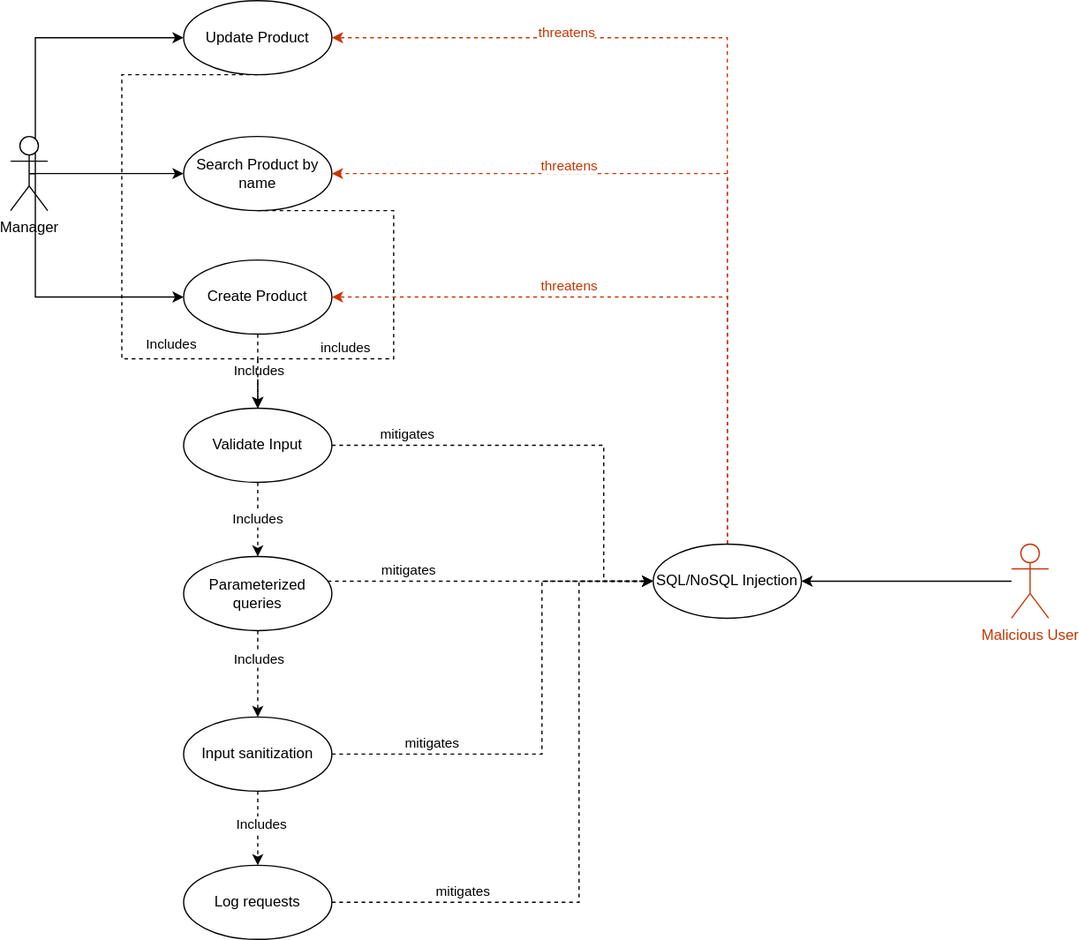
This is docs/abuse-cases/joao1220663/images/Code_Injection_Product.drawio.svg from mei-desofs/desofs2026-thu_crr_1, a draw.io export, as it was before one commit. Source tidied: cells renumbered, new cells last; positions are measured from the earlier drawing's top-left corner, leaving out a move shared by most shapes.
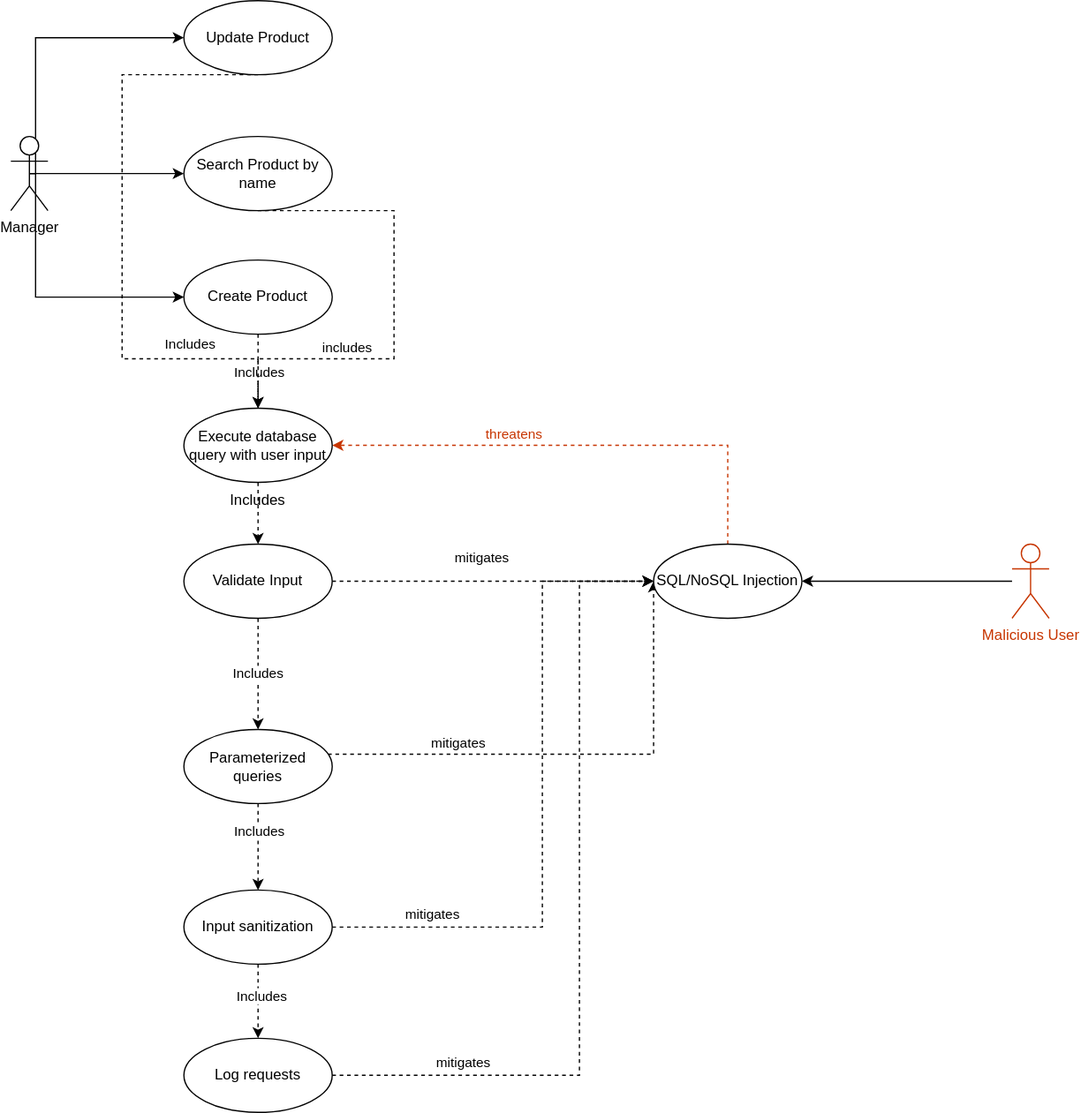
The same file after the commit.

Commit message:
docs: fix in abuse case diagram

Diff of the diagram source:
```diff
@@ -55,13 +55,13 @@
     <mxCell id="12" style="edgeStyle=orthogonalEdgeStyle;rounded=0;jettySize=auto;html=1;exitX=1;exitY=0.5;exitDx=0;exitDy=0;entryX=0;entryY=0.5;entryDx=0;entryDy=0;dashed=1;" parent="1" edge="1" source="13" target="33">
       <mxGeometry relative="1" as="geometry">
         <Array as="points">
-          <mxPoint x="480" y="360" />
-          <mxPoint x="480" y="470" />
+          <mxPoint x="370" y="470" />
+          <mxPoint x="370" y="470" />
         </Array>
       </mxGeometry>
     </mxCell>
     <mxCell id="13" value="Validate Input" style="ellipse;whiteSpace=wrap;html=1;fillColor=light-dark(#FFFFFF,#3399FF);strokeColor=light-dark(#000000,#000000);fontColor=light-dark(#000000,#000000);" parent="1" vertex="1">
-      <mxGeometry x="140" y="330" width="120" height="60" as="geometry" />
+      <mxGeometry x="140" y="440" width="120" height="60" as="geometry" />
     </mxCell>
     <mxCell id="14" style="edgeStyle=orthogonalEdgeStyle;rounded=0;jettySize=auto;html=1;entryX=0.5;entryY=0;entryDx=0;entryDy=0;dashed=1;" parent="1" edge="1" source="18" target="23">
       <mxGeometry relative="1" as="geometry" />
@@ -74,18 +74,17 @@
     <mxCell id="16" style="edgeStyle=orthogonalEdgeStyle;rounded=0;jettySize=auto;html=1;entryX=0;entryY=0.5;entryDx=0;entryDy=0;dashed=1;" parent="1" edge="1" source="18" target="33">
       <mxGeometry relative="1" as="geometry">
         <Array as="points">
-          <mxPoint x="330" y="470" />
-          <mxPoint x="330" y="470" />
+          <mxPoint x="520" y="610" />
         </Array>
       </mxGeometry>
     </mxCell>
     <mxCell id="17" value="mitigates" style="edgeLabel;html=1;align=center;verticalAlign=middle;" parent="16" vertex="1">
       <mxGeometry x="-0.12" y="-1" relative="1" as="geometry">
-        <mxPoint x="-52" y="-11" as="offset" />
+        <mxPoint x="-73" y="-11" as="offset" />
       </mxGeometry>
     </mxCell>
     <mxCell id="18" value="Parameterized queries" style="ellipse;whiteSpace=wrap;html=1;fillColor=light-dark(#FFFFFF,#3399FF);strokeColor=light-dark(#000000,#000000);fontColor=light-dark(#000000,#000000);" parent="1" vertex="1">
-      <mxGeometry x="140" y="450" width="120" height="60" as="geometry" />
+      <mxGeometry x="140" y="590" width="120" height="60" as="geometry" />
     </mxCell>
     <mxCell id="19" style="edgeStyle=orthogonalEdgeStyle;rounded=0;jettySize=auto;html=1;entryX=0.5;entryY=0;entryDx=0;entryDy=0;dashed=1;" parent="1" edge="1" source="23" target="26">
       <mxGeometry relative="1" as="geometry" />
@@ -96,48 +95,36 @@
     <mxCell id="21" style="edgeStyle=orthogonalEdgeStyle;rounded=0;jettySize=auto;html=1;dashed=1;entryX=0;entryY=0.5;entryDx=0;entryDy=0;exitX=1;exitY=0.5;exitDx=0;exitDy=0;" parent="1" edge="1" source="23" target="33">
       <mxGeometry relative="1" as="geometry">
         <Array as="points">
-          <mxPoint x="430" y="610" />
+          <mxPoint x="430" y="750" />
           <mxPoint x="430" y="470" />
         </Array>
       </mxGeometry>
     </mxCell>
     <mxCell id="22" value="mitigates" style="edgeLabel;html=1;align=center;verticalAlign=middle;" parent="21" vertex="1">
       <mxGeometry x="-0.11" y="-6" relative="1" as="geometry">
-        <mxPoint x="-96" y="-2" as="offset" />
+        <mxPoint x="-96" y="61" as="offset" />
       </mxGeometry>
     </mxCell>
     <mxCell id="23" value="Input sanitization" style="ellipse;whiteSpace=wrap;html=1;fillColor=light-dark(#FFFFFF,#3399FF);strokeColor=light-dark(#000000,#000000);fontColor=light-dark(#000000,#000000);" parent="1" vertex="1">
-      <mxGeometry x="140" y="580" width="120" height="60" as="geometry" />
+      <mxGeometry x="140" y="720" width="120" height="60" as="geometry" />
     </mxCell>
     <mxCell id="24" style="edgeStyle=orthogonalEdgeStyle;rounded=0;jettySize=auto;html=1;dashed=1;entryX=0;entryY=0.5;entryDx=0;entryDy=0;exitX=1;exitY=0.5;exitDx=0;exitDy=0;" parent="1" edge="1" source="26" target="33">
       <mxGeometry relative="1" as="geometry">
         <Array as="points">
-          <mxPoint x="460" y="730" />
+          <mxPoint x="460" y="870" />
           <mxPoint x="460" y="470" />
         </Array>
       </mxGeometry>
     </mxCell>
     <mxCell id="25" value="mitigates" style="edgeLabel;html=1;align=center;verticalAlign=middle;" parent="24" vertex="1">
       <mxGeometry x="-0.15" y="-1" relative="1" as="geometry">
-        <mxPoint x="-96" y="12" as="offset" />
+        <mxPoint x="-96" y="71" as="offset" />
       </mxGeometry>
     </mxCell>
     <mxCell id="26" value="Log requests" style="ellipse;whiteSpace=wrap;html=1;fillColor=light-dark(#FFFFFF,#3399FF);strokeColor=light-dark(#000000,#000000);fontColor=light-dark(#000000,#000000);" parent="1" vertex="1">
-      <mxGeometry x="140" y="700" width="120" height="60" as="geometry" />
+      <mxGeometry x="140" y="840" width="120" height="60" as="geometry" />
     </mxCell>
-    <mxCell id="27" style="edgeStyle=orthogonalEdgeStyle;rounded=0;jettySize=auto;html=1;exitX=0.5;exitY=0;exitDx=0;exitDy=0;dashed=1;strokeColor=light-dark(#C73500,#FF0000);entryX=1;entryY=0.5;entryDx=0;entryDy=0;" parent="1" edge="1" source="33" target="10">
-      <mxGeometry relative="1" as="geometry">
-        <Array as="points">
-          <mxPoint x="580" y="140" />
-        </Array>
-      </mxGeometry>
-    </mxCell>
-    <mxCell id="28" value="threatens" style="edgeLabel;html=1;align=center;verticalAlign=middle;strokeColor=light-dark(#C73500,#FF0000);fontColor=light-dark(#C73500,#FF0000);" parent="27" vertex="1">
-      <mxGeometry x="0.19" y="2" relative="1" as="geometry">
-        <mxPoint x="-61" y="-9" as="offset" />
-      </mxGeometry>
-    </mxCell>
-    <mxCell id="29" style="edgeStyle=orthogonalEdgeStyle;rounded=0;jettySize=auto;html=1;exitX=0.5;exitY=0;exitDx=0;exitDy=0;entryX=1;entryY=0.5;entryDx=0;entryDy=0;strokeColor=#C73500;dashed=1;" parent="1" edge="1" source="33" target="34">
+    <mxCell id="29" style="edgeStyle=orthogonalEdgeStyle;rounded=0;jettySize=auto;html=1;exitX=0.5;exitY=0;exitDx=0;exitDy=0;entryX=1;entryY=0.5;entryDx=0;entryDy=0;strokeColor=#C73500;dashed=1;" parent="1" edge="1" source="33" target="42">
       <mxGeometry relative="1" as="geometry" />
     </mxCell>
     <mxCell id="30" value="threatens" style="edgeLabel;html=1;align=center;verticalAlign=middle;fontColor=#C73500;" parent="29" vertex="1">
@@ -145,14 +132,6 @@
         <mxPoint x="-1" y="-13" as="offset" />
       </mxGeometry>
     </mxCell>
-    <mxCell id="31" style="edgeStyle=orthogonalEdgeStyle;rounded=0;jettySize=auto;html=1;exitX=0.5;exitY=0;exitDx=0;exitDy=0;entryX=1;entryY=0.5;entryDx=0;entryDy=0;dashed=1;strokeColor=#C73500;" parent="1" edge="1" source="33" target="35">
-      <mxGeometry relative="1" as="geometry" />
-    </mxCell>
-    <mxCell id="32" value="threatens" style="edgeLabel;html=1;align=center;verticalAlign=middle;fontColor=#C73500;" parent="31" vertex="1">
-      <mxGeometry x="0.55" y="-3" relative="1" as="geometry">
-        <mxPoint x="25" y="-2" as="offset" />
-      </mxGeometry>
-    </mxCell>
     <mxCell id="33" value="SQL/NoSQL Injection" style="ellipse;whiteSpace=wrap;html=1;fillColor=light-dark(#FFFFFF,#CDA2BE);strokeColor=light-dark(#000000,#000000);fontColor=light-dark(#000000,#000000);" parent="1" vertex="1">
       <mxGeometry x="520" y="440" width="120" height="60" as="geometry" />
     </mxCell>
@@ -162,7 +141,7 @@
     <mxCell id="35" value="Update Product" style="ellipse;whiteSpace=wrap;html=1;fillColor=light-dark(#FFFFFF,#3399FF);strokeColor=light-dark(#000000,#000000);fontColor=light-dark(#000000,#000000);" parent="1" vertex="1">
       <mxGeometry x="140" width="120" height="60" as="geometry" />
     </mxCell>
-    <mxCell id="36" style="edgeStyle=orthogonalEdgeStyle;rounded=0;jettySize=auto;html=1;exitX=0.5;exitY=1;exitDx=0;exitDy=0;entryX=0.5;entryY=0;entryDx=0;entryDy=0;dashed=1;" parent="1" edge="1" source="34" target="13">
+    <mxCell id="36" style="edgeStyle=orthogonalEdgeStyle;rounded=0;jettySize=auto;html=1;exitX=0.5;exitY=1;exitDx=0;exitDy=0;entryX=0.5;entryY=0;entryDx=0;entryDy=0;dashed=1;" parent="1" edge="1" source="34" target="42">
       <mxGeometry relative="1" as="geometry" />
     </mxCell>
     <mxCell id="37" value="Includes" style="edgeLabel;html=1;align=center;verticalAlign=middle;" parent="36" vertex="1">
@@ -170,12 +149,13 @@
         <mxPoint y="15" as="offset" />
       </mxGeometry>
     </mxCell>
-    <mxCell id="38" style="edgeStyle=orthogonalEdgeStyle;rounded=0;jettySize=auto;html=1;exitX=0.5;exitY=1;exitDx=0;exitDy=0;entryX=0.5;entryY=0;entryDx=0;entryDy=0;dashed=1;" parent="1" edge="1" source="35" target="13">
+    <mxCell id="38" style="edgeStyle=orthogonalEdgeStyle;rounded=0;jettySize=auto;html=1;exitX=0.5;exitY=1;exitDx=0;exitDy=0;entryX=0.5;entryY=0;entryDx=0;entryDy=0;dashed=1;" parent="1" edge="1" source="35" target="42">
       <mxGeometry relative="1" as="geometry">
         <Array as="points">
           <mxPoint x="90" y="60" />
           <mxPoint x="90" y="290" />
           <mxPoint x="200" y="290" />
+          <mxPoint x="200" y="340" />
         </Array>
       </mxGeometry>
     </mxCell>
@@ -185,7 +165,16 @@
       </mxGeometry>
     </mxCell>
     <mxCell id="40" value="mitigates" style="edgeLabel;html=1;align=center;verticalAlign=middle;" parent="1" vertex="1">
-      <mxGeometry x="320" y="350" as="geometry" />
+      <mxGeometry x="380" y="450" as="geometry" />
     </mxCell>
+    <mxCell id="41" style="edgeStyle=orthogonalEdgeStyle;rounded=0;jettySize=auto;html=1;exitX=0.5;exitY=1;exitDx=0;exitDy=0;entryX=0.5;entryY=0;entryDx=0;entryDy=0;dashed=1;" parent="1" edge="1" source="42" target="13">
+      <mxGeometry relative="1" as="geometry" />
+    </mxCell>
+    <mxCell id="42" value="Execute database query with user input" style="ellipse;whiteSpace=wrap;html=1;fillColor=light-dark(#FFFFFF,#3399FF);strokeColor=light-dark(#000000,#000000);fontColor=light-dark(#000000,#000000);" parent="1" vertex="1">
+      <mxGeometry x="140" y="330" width="120" height="60" as="geometry" />
+    </mxCell>
+    <mxCell id="43" value="Includes" style="text;html=1;whiteSpace=wrap;strokeColor=none;fillColor=none;align=center;verticalAlign=middle;rounded=0;" parent="1" vertex="1">
+      <mxGeometry x="170" y="390" width="60" height="30" as="geometry" />
+    </mxCell>
   </root>
 </mxGraphModel>
```
